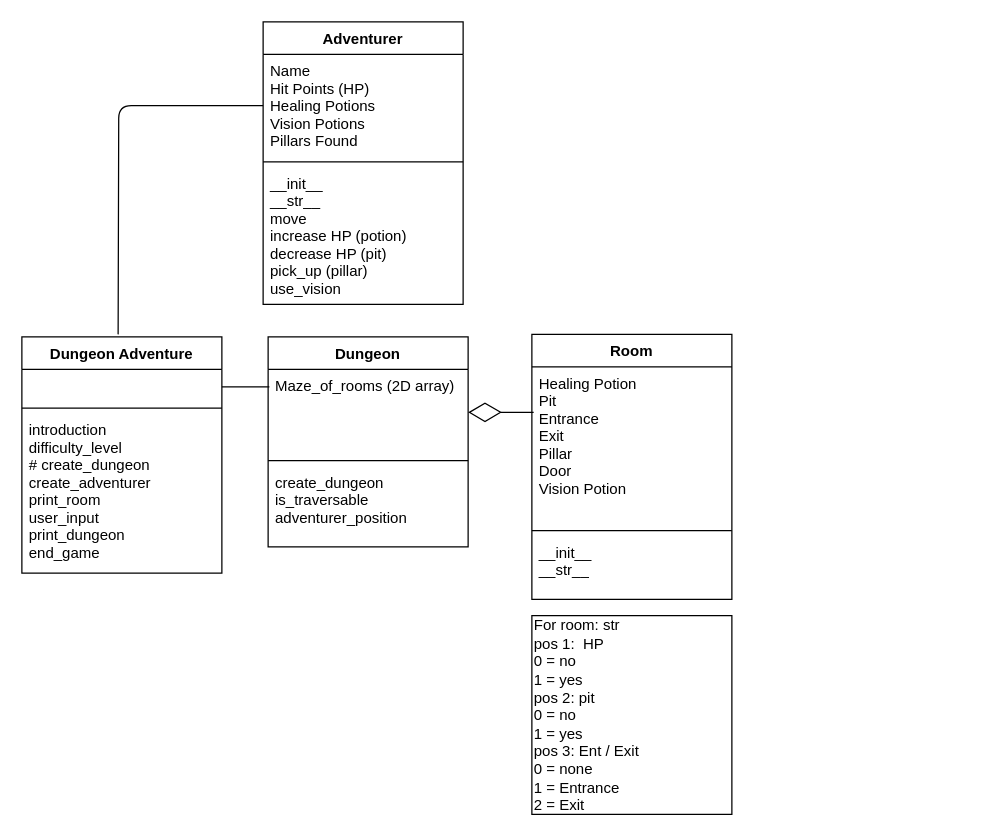
Earlier version of the draw.io diagram Dungeon of Doom.drawio (jstocks/dungeon). Source tidied: cells renumbered, new cells numbered last; positions are measured from the earlier drawing's top-left corner, leaving out a move shared by most shapes. Both pictures are drawn from the tidied source at 125%, with x=0, y=0 at pixel (21, 21).
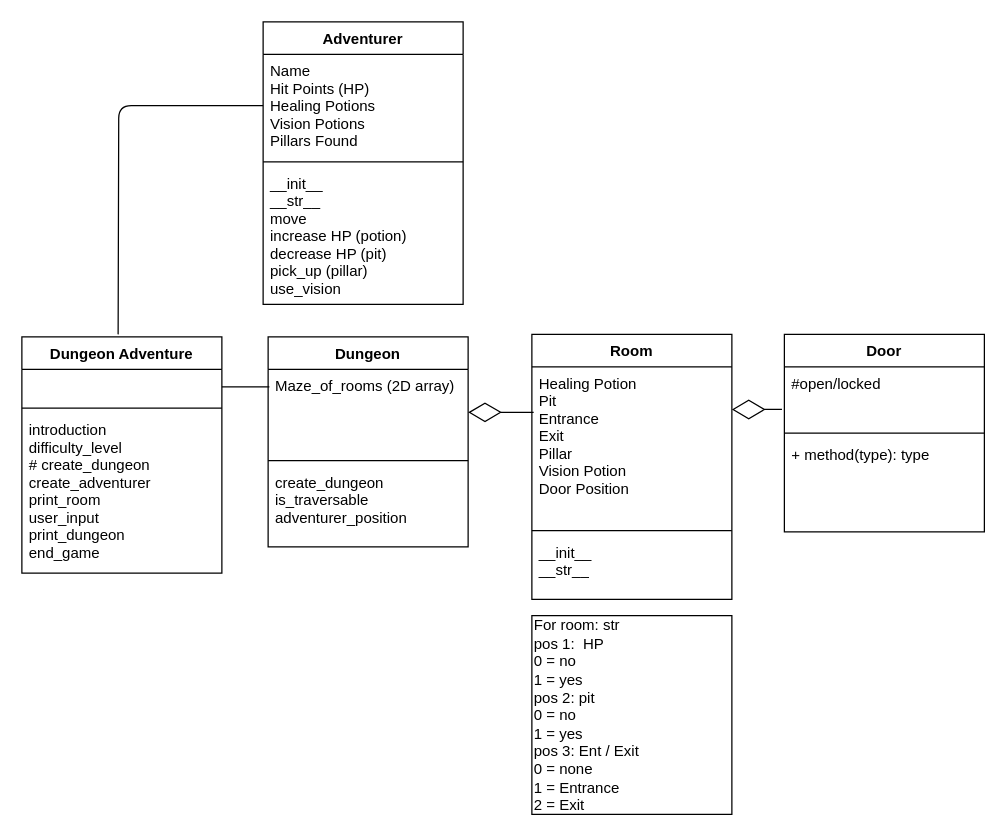
The same page after the edit.

Commit message:
# added door class

The change refers to these unchanged cells:
```xml
<mxCell id="6" value="Room" style="swimlane;fontStyle=1;align=center;verticalAlign=top;horizontal=1;startSize=26;" parent="1" vertex="1">
  <mxGeometry x="408" y="250" width="160" height="212" as="geometry" />
</mxCell>
```

What changed in the source:
```diff
@@
-    <mxCell id="7" value="Healing Potion &#10;Pit&#10;Entrance&#10;Exit&#10;Pillar&#10;Door&#10;Vision Potion" style="text;strokeColor=none;fillColor=none;align=left;verticalAlign=top;spacingLeft=4;spacingRight=4;overflow=hidden;points=[[0,0.5],[1,0.5]];portConstraint=eastwest;" parent="6" vertex="1">
+    <mxCell id="7" value="Healing Potion &#10;Pit&#10;Entrance&#10;Exit&#10;Pillar&#10;Vision Potion&#10;Door Position" style="text;strokeColor=none;fillColor=none;align=left;verticalAlign=top;spacingLeft=4;spacingRight=4;overflow=hidden;points=[[0,0.5],[1,0.5]];portConstraint=eastwest;" parent="6" vertex="1">
       <mxGeometry y="26" width="160" height="127" as="geometry" />
     </mxCell>
@@
+    <mxCell id="22" value="Door" style="swimlane;fontStyle=1;align=center;verticalAlign=top;horizontal=1;startSize=26;" parent="1" vertex="1">
+      <mxGeometry x="610" y="250" width="160" height="158" as="geometry" />
+    </mxCell>
+    <mxCell id="23" value="#open/locked" style="text;strokeColor=none;fillColor=none;align=left;verticalAlign=top;spacingLeft=4;spacingRight=4;overflow=hidden;points=[[0,0.5],[1,0.5]];portConstraint=eastwest;" parent="22" vertex="1">
+      <mxGeometry y="26" width="160" height="49" as="geometry" />
+    </mxCell>
+    <mxCell id="24" style="line;strokeWidth=1;fillColor=none;align=left;verticalAlign=middle;spacingTop=-1;spacingLeft=3;spacingRight=3;labelPosition=right;" parent="22" vertex="1">
+      <mxGeometry y="75" width="160" height="8" as="geometry" />
+    </mxCell>
+    <mxCell id="25" value="+ method(type): type" style="text;strokeColor=none;fillColor=none;align=left;verticalAlign=top;spacingLeft=4;spacingRight=4;overflow=hidden;" parent="22" vertex="1">
+      <mxGeometry y="83" width="160" height="75" as="geometry" />
+    </mxCell>
+    <mxCell id="26" style="endArrow=diamondThin;endFill=0;endSize=24;html=1;exitX=-0.012;exitY=0.695;exitDx=0;exitDy=0;exitPerimeter=0;" parent="1" edge="1" source="23">
+      <mxGeometry relative="1" as="geometry">
+        <mxPoint x="568" y="310.1" as="targetPoint" />
+      </mxGeometry>
+    </mxCell>
```
